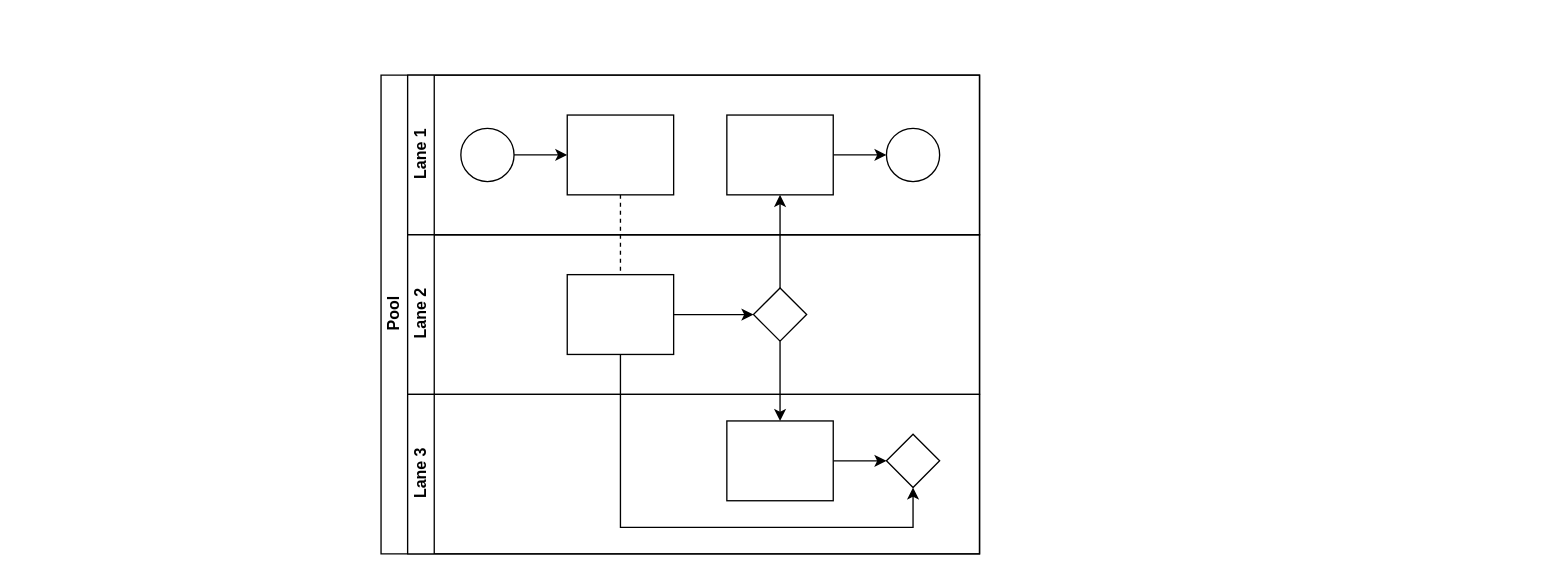
The draw.io diagram overall_structure_of_OurRocks.drawio in YurianStormrage/images, before the edit. Source tidied: cells renumbered, new cells numbered last; positions are measured from the earlier drawing's top-left corner, leaving out a move shared by most shapes. Both pictures are drawn from the tidied source at 133%, with x=0, y=0 at pixel (380, 74).
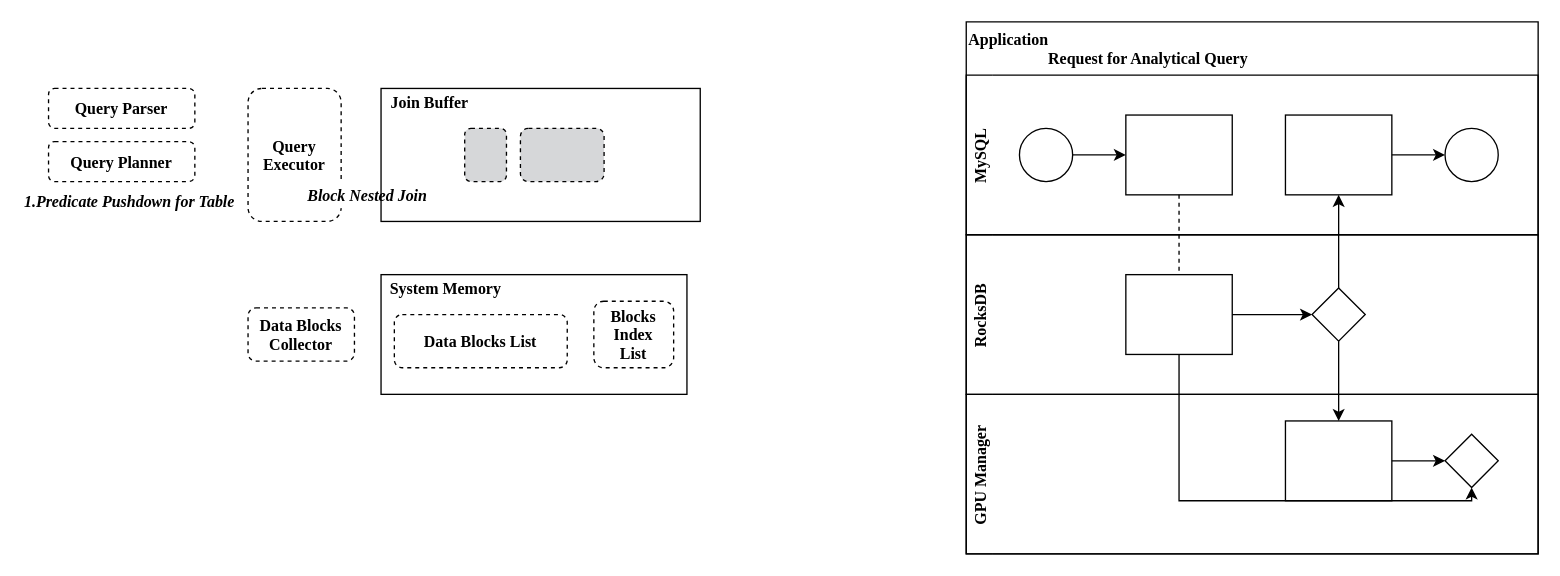
The same diagram, later.

Diff of the diagram source:
```diff
@@
-    <mxCell id="2" value="Pool" style="swimlane;html=1;horizontal=0;startSize=20;" parent="1" vertex="1">
-      <mxGeometry width="450" height="360" as="geometry" />
-    </mxCell>
-    <mxCell id="3" style="edgeStyle=orthogonalEdgeStyle;rounded=0;jettySize=auto;html=1;dashed=1;endArrow=none;endFill=0;" parent="2" edge="1" source="10" target="16">
-      <mxGeometry relative="1" as="geometry" />
-    </mxCell>
-    <mxCell id="4" style="edgeStyle=orthogonalEdgeStyle;rounded=0;jettySize=auto;html=1;endArrow=classic;endFill=1;" parent="2" edge="1" source="17" target="12">
-      <mxGeometry relative="1" as="geometry" />
-    </mxCell>
-    <mxCell id="5" style="edgeStyle=orthogonalEdgeStyle;rounded=0;jettySize=auto;html=1;endArrow=classic;endFill=1;" parent="2" edge="1" source="17" target="20">
-      <mxGeometry relative="1" as="geometry" />
-    </mxCell>
-    <mxCell id="6" style="edgeStyle=orthogonalEdgeStyle;rounded=0;jettySize=auto;html=1;endArrow=classic;endFill=1;" parent="2" edge="1" source="16" target="21">
-      <mxGeometry relative="1" as="geometry">
-        <Array as="points">
-          <mxPoint x="180" y="340" />
-          <mxPoint x="400" y="340" />
-        </Array>
-      </mxGeometry>
-    </mxCell>
+    <mxCell id="22" value="Application&#10;                    Request for Analytical Query" style="swimlane;startSize=40;swimlaneLine=0;fillColor=none;fontFamily=Times New Roman;align=left;" parent="1" vertex="1">
+      <mxGeometry x="440" y="-40" width="430" height="400" as="geometry" />
+    </mxCell>
-    <mxCell id="7" value="Lane 1" style="swimlane;html=1;startSize=20;horizontal=0;" parent="2" vertex="1">
-      <mxGeometry x="20" width="430" height="120" as="geometry" />
+    <mxCell id="7" value="MySQL" style="swimlane;startSize=20;horizontal=0;fillColor=none;fontFamily=Times New Roman;swimlaneLine=0;" parent="22" vertex="1">
+      <mxGeometry y="40" width="430" height="120" as="geometry" />
     </mxCell>
-    <mxCell id="8" style="edgeStyle=orthogonalEdgeStyle;rounded=0;jettySize=auto;html=1;" parent="7" edge="1" source="9" target="10">
+    <mxCell id="8" style="edgeStyle=orthogonalEdgeStyle;rounded=0;jettySize=auto;html=1;fontFamily=Times New Roman;labelBackgroundColor=default;" parent="7" edge="1" source="9" target="10">
       <mxGeometry relative="1" as="geometry" />
     </mxCell>
-    <mxCell id="9" style="ellipse;whiteSpace=wrap;html=1;" parent="7" vertex="1">
+    <mxCell id="9" style="ellipse;whiteSpace=wrap;html=1;fontFamily=Times New Roman;labelBackgroundColor=default;fillColor=none;" parent="7" vertex="1">
       <mxGeometry x="40" y="40" width="40" height="40" as="geometry" />
     </mxCell>
-    <mxCell id="10" style="rounded=0;whiteSpace=wrap;html=1;fontFamily=Helvetica;fontSize=12;fontColor=#000000;align=center;" parent="7" vertex="1">
+    <mxCell id="10" style="rounded=0;whiteSpace=wrap;html=1;fontFamily=Times New Roman;fontSize=12;fontColor=#000000;align=center;labelBackgroundColor=default;fillColor=none;" parent="7" vertex="1">
       <mxGeometry x="120" y="30" width="80" height="60" as="geometry" />
     </mxCell>
-    <mxCell id="11" style="edgeStyle=orthogonalEdgeStyle;rounded=0;jettySize=auto;html=1;endArrow=classic;endFill=1;" parent="7" edge="1" source="12" target="13">
+    <mxCell id="11" style="edgeStyle=orthogonalEdgeStyle;rounded=0;jettySize=auto;html=1;endArrow=classic;endFill=1;fontFamily=Times New Roman;labelBackgroundColor=default;" parent="7" edge="1" source="12" target="13">
       <mxGeometry relative="1" as="geometry" />
     </mxCell>
-    <mxCell id="12" style="rounded=0;whiteSpace=wrap;html=1;fontFamily=Helvetica;fontSize=12;fontColor=#000000;align=center;" parent="7" vertex="1">
+    <mxCell id="12" style="rounded=0;whiteSpace=wrap;html=1;fontFamily=Times New Roman;fontSize=12;fontColor=#000000;align=center;labelBackgroundColor=default;fillColor=none;" parent="7" vertex="1">
       <mxGeometry x="240" y="30" width="80" height="60" as="geometry" />
     </mxCell>
-    <mxCell id="13" style="ellipse;whiteSpace=wrap;html=1;" parent="7" vertex="1">
+    <mxCell id="13" style="ellipse;whiteSpace=wrap;html=1;fontFamily=Times New Roman;labelBackgroundColor=default;fillColor=none;" parent="7" vertex="1">
       <mxGeometry x="360" y="40" width="40" height="40" as="geometry" />
     </mxCell>
-    <mxCell id="14" value="Lane 2" style="swimlane;html=1;startSize=20;horizontal=0;" parent="2" vertex="1">
-      <mxGeometry x="20" y="120" width="430" height="120" as="geometry" />
+    <mxCell id="14" value="RocksDB" style="swimlane;startSize=20;horizontal=0;fontFamily=Times New Roman;swimlaneLine=0;fillColor=none;" parent="22" vertex="1">
+      <mxGeometry y="160" width="430" height="120" as="geometry" />
     </mxCell>
-    <mxCell id="15" style="edgeStyle=orthogonalEdgeStyle;rounded=0;jettySize=auto;html=1;endArrow=classic;endFill=1;" parent="14" edge="1" source="16" target="17">
+    <mxCell id="15" style="edgeStyle=orthogonalEdgeStyle;rounded=0;jettySize=auto;html=1;endArrow=classic;endFill=1;fontFamily=Times New Roman;labelBackgroundColor=default;" parent="14" edge="1" source="16" target="17">
       <mxGeometry relative="1" as="geometry" />
     </mxCell>
-    <mxCell id="16" style="rounded=0;whiteSpace=wrap;html=1;fontFamily=Helvetica;fontSize=12;fontColor=#000000;align=center;" parent="14" vertex="1">
+    <mxCell id="16" style="rounded=0;whiteSpace=wrap;html=1;fontFamily=Times New Roman;fontSize=12;fontColor=#000000;align=center;labelBackgroundColor=default;fillColor=none;" parent="14" vertex="1">
       <mxGeometry x="120" y="30" width="80" height="60" as="geometry" />
     </mxCell>
-    <mxCell id="17" style="rhombus;whiteSpace=wrap;html=1;fontFamily=Helvetica;fontSize=12;fontColor=#000000;align=center;" parent="14" vertex="1">
+    <mxCell id="17" style="rhombus;whiteSpace=wrap;html=1;fontFamily=Times New Roman;fontSize=12;fontColor=#000000;align=center;labelBackgroundColor=default;fillColor=none;" parent="14" vertex="1">
       <mxGeometry x="260" y="40" width="40" height="40" as="geometry" />
     </mxCell>
+    <mxCell id="3" style="edgeStyle=orthogonalEdgeStyle;rounded=0;jettySize=auto;html=1;dashed=1;endArrow=none;endFill=0;fontFamily=Times New Roman;labelBackgroundColor=default;" parent="22" edge="1" source="10" target="16">
+      <mxGeometry relative="1" as="geometry" />
+    </mxCell>
+    <mxCell id="4" style="edgeStyle=orthogonalEdgeStyle;rounded=0;jettySize=auto;html=1;endArrow=classic;endFill=1;fontFamily=Times New Roman;labelBackgroundColor=default;" parent="22" edge="1" source="17" target="12">
+      <mxGeometry relative="1" as="geometry" />
+    </mxCell>
-    <mxCell id="18" value="Lane 3" style="swimlane;html=1;startSize=20;horizontal=0;" parent="2" vertex="1">
-      <mxGeometry x="20" y="240" width="430" height="120" as="geometry" />
+    <mxCell id="18" value="GPU Manager" style="swimlane;startSize=20;horizontal=0;fontFamily=Times New Roman;fontStyle=1;swimlaneLine=0;fillColor=none;" parent="22" vertex="1">
+      <mxGeometry y="280" width="430" height="120" as="geometry" />
     </mxCell>
-    <mxCell id="19" style="edgeStyle=orthogonalEdgeStyle;rounded=0;jettySize=auto;html=1;endArrow=classic;endFill=1;" parent="18" edge="1" source="20" target="21">
+    <mxCell id="19" style="edgeStyle=orthogonalEdgeStyle;rounded=0;jettySize=auto;html=1;endArrow=classic;endFill=1;fontFamily=Times New Roman;labelBackgroundColor=default;" parent="18" edge="1" source="20" target="21">
       <mxGeometry relative="1" as="geometry" />
     </mxCell>
-    <mxCell id="20" style="rounded=0;whiteSpace=wrap;html=1;fontFamily=Helvetica;fontSize=12;fontColor=#000000;align=center;" parent="18" vertex="1">
+    <mxCell id="20" style="rounded=0;whiteSpace=wrap;html=1;fontFamily=Times New Roman;fontSize=12;fontColor=#000000;align=center;labelBackgroundColor=default;fillColor=none;" parent="18" vertex="1">
       <mxGeometry x="240" y="20" width="80" height="60" as="geometry" />
     </mxCell>
-    <mxCell id="21" style="rhombus;whiteSpace=wrap;html=1;fontFamily=Helvetica;fontSize=12;fontColor=#000000;align=center;" parent="18" vertex="1">
+    <mxCell id="21" style="rhombus;whiteSpace=wrap;html=1;fontFamily=Times New Roman;fontSize=12;fontColor=#000000;align=center;labelBackgroundColor=default;fillColor=none;" parent="18" vertex="1">
       <mxGeometry x="360" y="30" width="40" height="40" as="geometry" />
     </mxCell>
+    <mxCell id="5" style="edgeStyle=orthogonalEdgeStyle;rounded=0;jettySize=auto;html=1;endArrow=classic;endFill=1;fontFamily=Times New Roman;labelBackgroundColor=default;" parent="22" edge="1" source="17" target="20">
+      <mxGeometry relative="1" as="geometry" />
+    </mxCell>
+    <mxCell id="6" style="edgeStyle=orthogonalEdgeStyle;rounded=0;jettySize=auto;html=1;endArrow=classic;endFill=1;fontFamily=Times New Roman;labelBackgroundColor=default;" parent="22" edge="1" source="16" target="21">
+      <mxGeometry relative="1" as="geometry">
+        <Array as="points">
+          <mxPoint x="160" y="360" />
+          <mxPoint x="380" y="360" />
+        </Array>
+      </mxGeometry>
+    </mxCell>
+    <mxCell id="23" value="Query Parser" style="rounded=1;fillColor=none;dashed=1;strokeWidth=1;fontStyle=1;fontFamily=Times New Roman;" parent="1" vertex="1">
+      <mxGeometry x="-250" y="10" width="110" height="30" as="geometry" />
+    </mxCell>
+    <mxCell id="24" value="Query Planner" style="rounded=1;fillColor=none;dashed=1;strokeWidth=1;fontStyle=1;fontFamily=Times New Roman;" parent="1" vertex="1">
+      <mxGeometry x="-250" y="50" width="110" height="30" as="geometry" />
+    </mxCell>
+    <mxCell id="25" value="Query&#10;Executor" style="rounded=1;fillColor=none;dashed=1;strokeWidth=1;fontStyle=1;fontFamily=Times New Roman;" parent="1" vertex="1">
+      <mxGeometry x="-100" y="10" width="70" height="100" as="geometry" />
+    </mxCell>
+    <mxCell id="26" value="1.Predicate Pushdown for Table" style="text;strokeColor=none;align=left;fillColor=none;verticalAlign=middle;rounded=0;fontStyle=3;fontFamily=Times New Roman;" parent="1" vertex="1">
+      <mxGeometry x="-270" y="80" width="170" height="30" as="geometry" />
+    </mxCell>
+    <mxCell id="27" value="Data Blocks&#10;Collector" style="rounded=1;fillColor=none;dashed=1;strokeWidth=1;fontStyle=1;fontFamily=Times New Roman;" parent="1" vertex="1">
+      <mxGeometry x="-100" y="175" width="80" height="40" as="geometry" />
+    </mxCell>
+    <mxCell id="28" value="Block Nested Join" style="text;strokeColor=none;align=center;fillColor=default;verticalAlign=middle;rounded=0;fontStyle=3;fontFamily=Times New Roman;" parent="1" vertex="1">
+      <mxGeometry x="-60" y="80" width="100" height="20" as="geometry" />
+    </mxCell>
+    <mxCell id="29" style="rounded=0;fillColor=none;labelPosition=center;verticalLabelPosition=middle;align=center;verticalAlign=middle;" parent="1" vertex="1">
+      <mxGeometry y="150" width="230" height="90" as="geometry" />
+    </mxCell>
+    <mxCell id="30" value="System Memory" style="text;strokeColor=none;align=left;fillColor=none;verticalAlign=middle;rounded=0;fontStyle=1;fontFamily=Times New Roman;" parent="1" vertex="1">
+      <mxGeometry x="5" y="150" width="90" height="20" as="geometry" />
+    </mxCell>
+    <mxCell id="31" value="Data Blocks List" style="rounded=1;fillColor=none;dashed=1;strokeWidth=1;fontStyle=1;fontFamily=Times New Roman;" parent="1" vertex="1">
+      <mxGeometry x="10" y="180" width="130" height="40" as="geometry" />
+    </mxCell>
+    <mxCell id="32" value="Blocks&#10;Index&#10;List" style="rounded=1;fillColor=none;dashed=1;strokeWidth=1;fontStyle=1;fontFamily=Times New Roman;" parent="1" vertex="1">
+      <mxGeometry x="160" y="170" width="60" height="50" as="geometry" />
+    </mxCell>
+    <mxCell id="33" style="group;" parent="1" vertex="1">
+      <mxGeometry y="10" width="240" height="100" as="geometry" />
+    </mxCell>
+    <mxCell id="34" style="rounded=0;fillColor=none;labelPosition=center;verticalLabelPosition=middle;align=center;verticalAlign=middle;" parent="33" vertex="1">
+      <mxGeometry width="240" height="100" as="geometry" />
+    </mxCell>
+    <mxCell id="35" value="Join Buffer" style="text;strokeColor=none;align=left;fillColor=none;verticalAlign=middle;rounded=0;fontStyle=1;fontFamily=Times New Roman;" parent="33" vertex="1">
+      <mxGeometry x="5.7" width="80" height="20" as="geometry" />
+    </mxCell>
+    <mxCell id="36" style="rounded=1;fillColor=#D6D7D9;dashed=1;strokeWidth=1;fontStyle=1;" parent="33" vertex="1">
+      <mxGeometry x="104.8" y="30" width="62.9" height="40" as="geometry" />
+    </mxCell>
+    <mxCell id="37" style="rounded=1;fillColor=#D6D7D9;dashed=1;strokeWidth=1;fontStyle=1;" parent="1" vertex="1">
+      <mxGeometry x="62.9" y="40" width="31.4" height="40" as="geometry" />
+    </mxCell>
```
